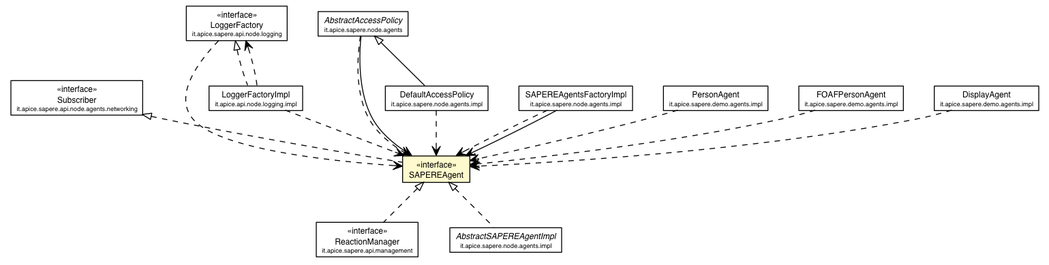
This is deployed-site/apidocs/it/apice/sapere/api/node/agents/SAPEREAgent.png from DanySK/Legacy-Contessi-Thesis-Semantic-Web-SAPERE, a Graphviz export, as it was before one commit. Its source is kept beside it as deployed-site/apidocs/it/apice/sapere/api/node/agents/SAPEREAgent.dot.
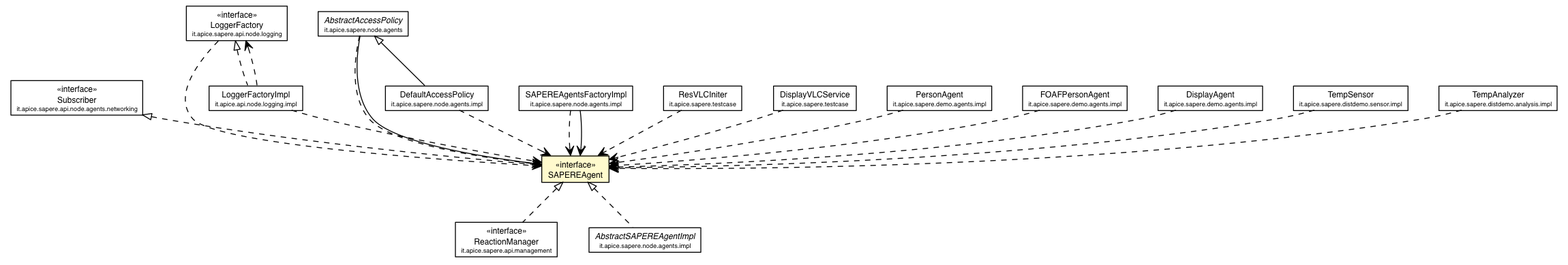
After the change.

What changed in the source:
```diff
@@ -2,95 +2,123 @@
 digraph G {
 	edge [fontname="Helvetica",fontsize=10,labelfontname="Helvetica",labelfontsize=10];
 	node [fontname="Helvetica",fontsize=10,shape=plaintext];
-	c36845 [label=<<table border="0" cellborder="1" cellspacing="0" cellpadding="2" port="p" href="../../management/ReactionManager.html">
+	c42379 [label=<<table border="0" cellborder="1" cellspacing="0" cellpadding="2" port="p" href="../../management/ReactionManager.html">
 		<tr><td><table border="0" cellspacing="0" cellpadding="1">
 			<tr><td> &laquo;interface&raquo; </td></tr>
 			<tr><td> ReactionManager </td></tr>
 			<tr><td><font point-size="7.0"> it.apice.sapere.api.management </font></td></tr>
 		</table></td></tr>
 		</table>>, fontname="Helvetica", fontcolor="black", fontsize=9.0];
-	c36850 [label=<<table border="0" cellborder="1" cellspacing="0" cellpadding="2" port="p" bgcolor="lemonChiffon" href="./SAPEREAgent.html">
+	c42384 [label=<<table border="0" cellborder="1" cellspacing="0" cellpadding="2" port="p" bgcolor="lemonChiffon" href="./SAPEREAgent.html">
 		<tr><td><table border="0" cellspacing="0" cellpadding="1">
 			<tr><td> &laquo;interface&raquo; </td></tr>
 			<tr><td> SAPEREAgent </td></tr>
 		</table></td></tr>
 		</table>>, fontname="Helvetica", fontcolor="black", fontsize=9.0];
-	c36852 [label=<<table border="0" cellborder="1" cellspacing="0" cellpadding="2" port="p" href="./networking/Subscriber.html">
+	c42386 [label=<<table border="0" cellborder="1" cellspacing="0" cellpadding="2" port="p" href="./networking/Subscriber.html">
 		<tr><td><table border="0" cellspacing="0" cellpadding="1">
 			<tr><td> &laquo;interface&raquo; </td></tr>
 			<tr><td> Subscriber </td></tr>
 			<tr><td><font point-size="7.0"> it.apice.sapere.api.node.agents.networking </font></td></tr>
 		</table></td></tr>
 		</table>>, fontname="Helvetica", fontcolor="black", fontsize=9.0];
-	c36855 [label=<<table border="0" cellborder="1" cellspacing="0" cellpadding="2" port="p" href="../logging/LoggerFactory.html">
+	c42389 [label=<<table border="0" cellborder="1" cellspacing="0" cellpadding="2" port="p" href="../logging/LoggerFactory.html">
 		<tr><td><table border="0" cellspacing="0" cellpadding="1">
 			<tr><td> &laquo;interface&raquo; </td></tr>
 			<tr><td> LoggerFactory </td></tr>
 			<tr><td><font point-size="7.0"> it.apice.sapere.api.node.logging </font></td></tr>
 		</table></td></tr>
 		</table>>, fontname="Helvetica", fontcolor="black", fontsize=9.0];
-	c36954 [label=<<table border="0" cellborder="1" cellspacing="0" cellpadding="2" port="p" href="../../../../api/node/logging/impl/LoggerFactoryImpl.html">
+	c42488 [label=<<table border="0" cellborder="1" cellspacing="0" cellpadding="2" port="p" href="../../../../api/node/logging/impl/LoggerFactoryImpl.html">
 		<tr><td><table border="0" cellspacing="0" cellpadding="1">
 			<tr><td> LoggerFactoryImpl </td></tr>
 			<tr><td><font point-size="7.0"> it.apice.api.node.logging.impl </font></td></tr>
 		</table></td></tr>
 		</table>>, fontname="Helvetica", fontcolor="black", fontsize=9.0];
-	c36963 [label=<<table border="0" cellborder="1" cellspacing="0" cellpadding="2" port="p" href="../../../node/agents/AbstractAccessPolicy.html">
+	c42497 [label=<<table border="0" cellborder="1" cellspacing="0" cellpadding="2" port="p" href="../../../node/agents/AbstractAccessPolicy.html">
 		<tr><td><table border="0" cellspacing="0" cellpadding="1">
 			<tr><td><font face="Helvetica-Oblique"> AbstractAccessPolicy </font></td></tr>
 			<tr><td><font point-size="7.0"> it.apice.sapere.node.agents </font></td></tr>
 		</table></td></tr>
 		</table>>, fontname="Helvetica", fontcolor="black", fontsize=9.0];
-	c36966 [label=<<table border="0" cellborder="1" cellspacing="0" cellpadding="2" port="p" href="../../../node/agents/impl/SAPEREAgentsFactoryImpl.html">
+	c42500 [label=<<table border="0" cellborder="1" cellspacing="0" cellpadding="2" port="p" href="../../../node/agents/impl/SAPEREAgentsFactoryImpl.html">
 		<tr><td><table border="0" cellspacing="0" cellpadding="1">
 			<tr><td> SAPEREAgentsFactoryImpl </td></tr>
 			<tr><td><font point-size="7.0"> it.apice.sapere.node.agents.impl </font></td></tr>
 		</table></td></tr>
 		</table>>, fontname="Helvetica", fontcolor="black", fontsize=9.0];
-	c36967 [label=<<table border="0" cellborder="1" cellspacing="0" cellpadding="2" port="p" href="../../../node/agents/impl/DefaultAccessPolicy.html">
+	c42501 [label=<<table border="0" cellborder="1" cellspacing="0" cellpadding="2" port="p" href="../../../node/agents/impl/DefaultAccessPolicy.html">
 		<tr><td><table border="0" cellspacing="0" cellpadding="1">
 			<tr><td> DefaultAccessPolicy </td></tr>
 			<tr><td><font point-size="7.0"> it.apice.sapere.node.agents.impl </font></td></tr>
 		</table></td></tr>
 		</table>>, fontname="Helvetica", fontcolor="black", fontsize=9.0];
-	c36968 [label=<<table border="0" cellborder="1" cellspacing="0" cellpadding="2" port="p" href="../../../node/agents/impl/AbstractSAPEREAgentImpl.html">
+	c42502 [label=<<table border="0" cellborder="1" cellspacing="0" cellpadding="2" port="p" href="../../../node/agents/impl/AbstractSAPEREAgentImpl.html">
 		<tr><td><table border="0" cellspacing="0" cellpadding="1">
 			<tr><td><font face="Helvetica-Oblique"> AbstractSAPEREAgentImpl </font></td></tr>
 			<tr><td><font point-size="7.0"> it.apice.sapere.node.agents.impl </font></td></tr>
 		</table></td></tr>
 		</table>>, fontname="Helvetica", fontcolor="black", fontsize=9.0];
-	c36989 [label=<<table border="0" cellborder="1" cellspacing="0" cellpadding="2" port="p" href="../../../demo/agents/impl/PersonAgent.html">
+	c42526 [label=<<table border="0" cellborder="1" cellspacing="0" cellpadding="2" port="p" href="../../../testcase/ResVLCIniter.html">
+		<tr><td><table border="0" cellspacing="0" cellpadding="1">
+			<tr><td> ResVLCIniter </td></tr>
+			<tr><td><font point-size="7.0"> it.apice.sapere.testcase </font></td></tr>
+		</table></td></tr>
+		</table>>, fontname="Helvetica", fontcolor="black", fontsize=9.0];
+	c42527 [label=<<table border="0" cellborder="1" cellspacing="0" cellpadding="2" port="p" href="../../../testcase/DisplayVLCService.html">
+		<tr><td><table border="0" cellspacing="0" cellpadding="1">
+			<tr><td> DisplayVLCService </td></tr>
+			<tr><td><font point-size="7.0"> it.apice.sapere.testcase </font></td></tr>
+		</table></td></tr>
+		</table>>, fontname="Helvetica", fontcolor="black", fontsize=9.0];
+	c42530 [label=<<table border="0" cellborder="1" cellspacing="0" cellpadding="2" port="p" href="../../../demo/agents/impl/PersonAgent.html">
 		<tr><td><table border="0" cellspacing="0" cellpadding="1">
 			<tr><td> PersonAgent </td></tr>
 			<tr><td><font point-size="7.0"> it.apice.sapere.demo.agents.impl </font></td></tr>
 		</table></td></tr>
 		</table>>, fontname="Helvetica", fontcolor="black", fontsize=9.0];
-	c36990 [label=<<table border="0" cellborder="1" cellspacing="0" cellpadding="2" port="p" href="../../../demo/agents/impl/FOAFPersonAgent.html">
+	c42531 [label=<<table border="0" cellborder="1" cellspacing="0" cellpadding="2" port="p" href="../../../demo/agents/impl/FOAFPersonAgent.html">
 		<tr><td><table border="0" cellspacing="0" cellpadding="1">
 			<tr><td> FOAFPersonAgent </td></tr>
 			<tr><td><font point-size="7.0"> it.apice.sapere.demo.agents.impl </font></td></tr>
 		</table></td></tr>
 		</table>>, fontname="Helvetica", fontcolor="black", fontsize=9.0];
-	c36992 [label=<<table border="0" cellborder="1" cellspacing="0" cellpadding="2" port="p" href="../../../demo/agents/impl/DisplayAgent.html">
+	c42533 [label=<<table border="0" cellborder="1" cellspacing="0" cellpadding="2" port="p" href="../../../demo/agents/impl/DisplayAgent.html">
 		<tr><td><table border="0" cellspacing="0" cellpadding="1">
 			<tr><td> DisplayAgent </td></tr>
 			<tr><td><font point-size="7.0"> it.apice.sapere.demo.agents.impl </font></td></tr>
 		</table></td></tr>
 		</table>>, fontname="Helvetica", fontcolor="black", fontsize=9.0];
-	c36850:p -> c36845:p [dir=back,arrowtail=empty,style=dashed];
-	c36852:p -> c36850:p [dir=back,arrowtail=empty,style=dashed];
-	c36855:p -> c36954:p [dir=back,arrowtail=empty,style=dashed];
-	c36963:p -> c36967:p [dir=back,arrowtail=empty];
-	c36850:p -> c36968:p [dir=back,arrowtail=empty,style=dashed];
-	c36963:p -> c36850:p [taillabel="", label="", headlabel="", fontname="Helvetica", fontcolor="black", fontsize=10.0, color="black", arrowhead=open];
-	c36966:p -> c36850:p [taillabel="", label="", headlabel="*", fontname="Helvetica", fontcolor="black", fontsize=10.0, color="black", arrowhead=open];
-	c36855:p -> c36850:p [taillabel="", label="", headlabel="", fontname="Helvetica", fontcolor="black", fontsize=10.0, color="black", arrowhead=open, style=dashed];
-	c36954:p -> c36855:p [taillabel="", label="", headlabel="", fontname="Helvetica", fontcolor="black", fontsize=10.0, color="black", arrowhead=open, style=dashed];
-	c36954:p -> c36850:p [taillabel="", label="", headlabel="", fontname="Helvetica", fontcolor="black", fontsize=10.0, color="black", arrowhead=open, style=dashed];
-	c36963:p -> c36850:p [taillabel="", label="", headlabel="", fontname="Helvetica", fontcolor="black", fontsize=10.0, color="black", arrowhead=open, style=dashed];
-	c36966:p -> c36850:p [taillabel="", label="", headlabel="", fontname="Helvetica", fontcolor="black", fontsize=10.0, color="black", arrowhead=open, style=dashed];
-	c36967:p -> c36850:p [taillabel="", label="", headlabel="", fontname="Helvetica", fontcolor="black", fontsize=10.0, color="black", arrowhead=open, style=dashed];
-	c36989:p -> c36850:p [taillabel="", label="", headlabel="", fontname="Helvetica", fontcolor="black", fontsize=10.0, color="black", arrowhead=open, style=dashed];
-	c36990:p -> c36850:p [taillabel="", label="", headlabel="", fontname="Helvetica", fontcolor="black", fontsize=10.0, color="black", arrowhead=open, style=dashed];
-	c36992:p -> c36850:p [taillabel="", label="", headlabel="", fontname="Helvetica", fontcolor="black", fontsize=10.0, color="black", arrowhead=open, style=dashed];
+	c42545 [label=<<table border="0" cellborder="1" cellspacing="0" cellpadding="2" port="p" href="../../../distdemo/sensor/impl/TempSensor.html">
+		<tr><td><table border="0" cellspacing="0" cellpadding="1">
+			<tr><td> TempSensor </td></tr>
+			<tr><td><font point-size="7.0"> it.apice.sapere.distdemo.sensor.impl </font></td></tr>
+		</table></td></tr>
+		</table>>, fontname="Helvetica", fontcolor="black", fontsize=9.0];
+	c42550 [label=<<table border="0" cellborder="1" cellspacing="0" cellpadding="2" port="p" href="../../../distdemo/analysis/impl/TempAnalyzer.html">
+		<tr><td><table border="0" cellspacing="0" cellpadding="1">
+			<tr><td> TempAnalyzer </td></tr>
+			<tr><td><font point-size="7.0"> it.apice.sapere.distdemo.analysis.impl </font></td></tr>
+		</table></td></tr>
+		</table>>, fontname="Helvetica", fontcolor="black", fontsize=9.0];
+	c42384:p -> c42379:p [dir=back,arrowtail=empty,style=dashed];
+	c42386:p -> c42384:p [dir=back,arrowtail=empty,style=dashed];
+	c42389:p -> c42488:p [dir=back,arrowtail=empty,style=dashed];
+	c42497:p -> c42501:p [dir=back,arrowtail=empty];
+	c42384:p -> c42502:p [dir=back,arrowtail=empty,style=dashed];
+	c42497:p -> c42384:p [taillabel="", label="", headlabel="", fontname="Helvetica", fontcolor="black", fontsize=10.0, color="black", arrowhead=open];
+	c42500:p -> c42384:p [taillabel="", label="", headlabel="*", fontname="Helvetica", fontcolor="black", fontsize=10.0, color="black", arrowhead=open];
+	c42389:p -> c42384:p [taillabel="", label="", headlabel="", fontname="Helvetica", fontcolor="black", fontsize=10.0, color="black", arrowhead=open, style=dashed];
+	c42488:p -> c42389:p [taillabel="", label="", headlabel="", fontname="Helvetica", fontcolor="black", fontsize=10.0, color="black", arrowhead=open, style=dashed];
+	c42488:p -> c42384:p [taillabel="", label="", headlabel="", fontname="Helvetica", fontcolor="black", fontsize=10.0, color="black", arrowhead=open, style=dashed];
+	c42497:p -> c42384:p [taillabel="", label="", headlabel="", fontname="Helvetica", fontcolor="black", fontsize=10.0, color="black", arrowhead=open, style=dashed];
+	c42500:p -> c42384:p [taillabel="", label="", headlabel="", fontname="Helvetica", fontcolor="black", fontsize=10.0, color="black", arrowhead=open, style=dashed];
+	c42501:p -> c42384:p [taillabel="", label="", headlabel="", fontname="Helvetica", fontcolor="black", fontsize=10.0, color="black", arrowhead=open, style=dashed];
+	c42526:p -> c42384:p [taillabel="", label="", headlabel="", fontname="Helvetica", fontcolor="black", fontsize=10.0, color="black", arrowhead=open, style=dashed];
+	c42527:p -> c42384:p [taillabel="", label="", headlabel="", fontname="Helvetica", fontcolor="black", fontsize=10.0, color="black", arrowhead=open, style=dashed];
+	c42530:p -> c42384:p [taillabel="", label="", headlabel="", fontname="Helvetica", fontcolor="black", fontsize=10.0, color="black", arrowhead=open, style=dashed];
+	c42531:p -> c42384:p [taillabel="", label="", headlabel="", fontname="Helvetica", fontcolor="black", fontsize=10.0, color="black", arrowhead=open, style=dashed];
+	c42533:p -> c42384:p [taillabel="", label="", headlabel="", fontname="Helvetica", fontcolor="black", fontsize=10.0, color="black", arrowhead=open, style=dashed];
+	c42545:p -> c42384:p [taillabel="", label="", headlabel="", fontname="Helvetica", fontcolor="black", fontsize=10.0, color="black", arrowhead=open, style=dashed];
+	c42550:p -> c42384:p [taillabel="", label="", headlabel="", fontname="Helvetica", fontcolor="black", fontsize=10.0, color="black", arrowhead=open, style=dashed];
 }
```
